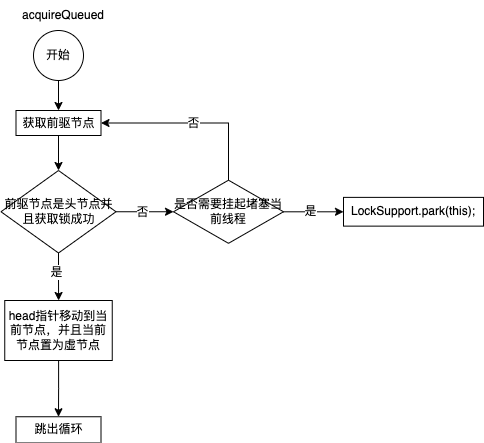
Above: ReentrantLock3.png in zhaole0606/pic (draw.io), before the change. Source tidied: cells renumbered, new cells last; positions are measured from the earlier drawing's top-left corner, leaving out a move shared by most shapes.
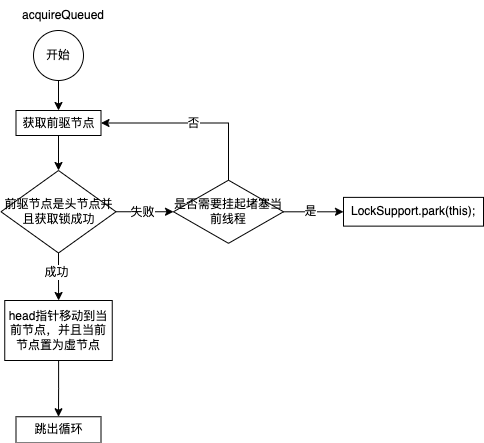
Above is the later version.

The edit, as a diff of the source:
```diff
@@ -20,13 +20,13 @@
     <mxCell id="7" style="edgeStyle=orthogonalEdgeStyle;rounded=0;jettySize=auto;html=1;" parent="1" edge="1" source="11" target="13">
       <mxGeometry relative="1" as="geometry" />
     </mxCell>
-    <mxCell id="8" value="是" style="edgeLabel;html=1;align=center;verticalAlign=middle;" parent="7" vertex="1">
+    <mxCell id="8" value="成功" style="edgeLabel;html=1;align=center;verticalAlign=middle;" parent="7" vertex="1">
       <mxGeometry x="-0.22" y="-3" relative="1" as="geometry" />
     </mxCell>
     <mxCell id="9" style="edgeStyle=orthogonalEdgeStyle;rounded=0;jettySize=auto;html=1;" parent="1" edge="1" source="11" target="17">
       <mxGeometry relative="1" as="geometry" />
     </mxCell>
-    <mxCell id="10" value="否" style="edgeLabel;html=1;align=center;verticalAlign=middle;" parent="9" vertex="1">
+    <mxCell id="10" value="失败" style="edgeLabel;html=1;align=center;verticalAlign=middle;" parent="9" vertex="1">
       <mxGeometry x="-0.11" relative="1" as="geometry" />
     </mxCell>
     <mxCell id="11" value="前驱节点是头节点并且获取锁成功" style="rhombus;whiteSpace=wrap;html=1;" parent="1" vertex="1">
```
